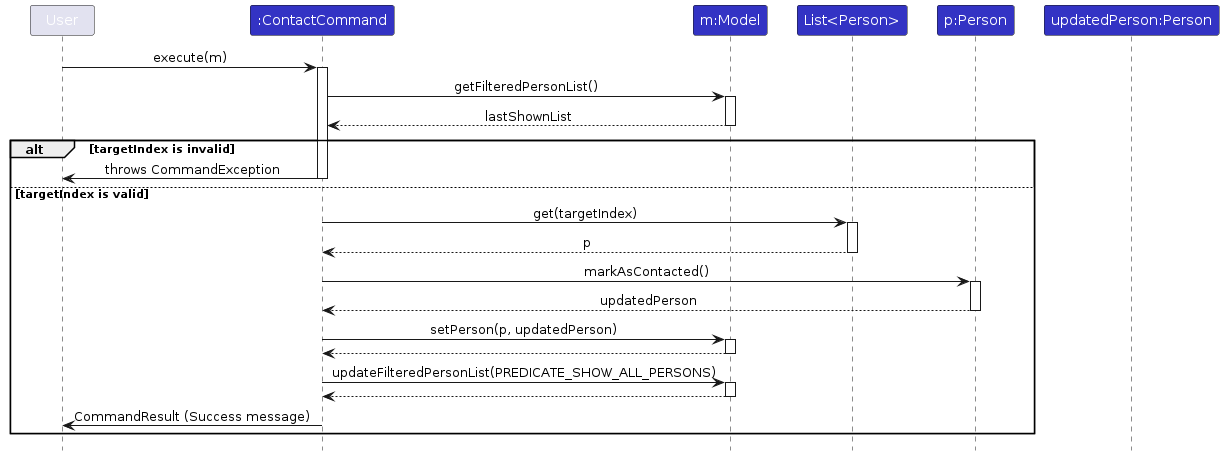
Above: diagrams/ContactCommand.png in AY2425S2-CS2103-F09-3/tp (PlantUML), before the change. Its source is kept beside it as diagrams/ContactCommand.puml. The source it was exported from:
```plantuml
@startuml
!include style.puml
skinparam ArrowFontStyle plain

participant "User" as User
participant ":ContactCommand" as ContactCommand LOGIC_COLOR
participant "m:Model" as Model LOGIC_COLOR
participant "List<Person>" as PersonList LOGIC_COLOR
participant "p:Person" as Person LOGIC_COLOR
participant "updatedPerson:Person" as UpdatedPerson LOGIC_COLOR

User -> ContactCommand: execute(m)
activate ContactCommand

ContactCommand -> Model: getFilteredPersonList()
activate Model
Model --> ContactCommand: lastShownList
deactivate Model

alt targetIndex is invalid
    ContactCommand -> User: throws CommandException
    deactivate ContactCommand
else targetIndex is valid
    ContactCommand -> PersonList: get(targetIndex)
    activate PersonList
    PersonList --> ContactCommand: p
    deactivate PersonList

    ContactCommand -> Person: markAsContacted()
    activate Person
    Person --> ContactCommand: updatedPerson
    deactivate Person

    ContactCommand -> Model: setPerson(p, updatedPerson)
    activate Model
    Model --> ContactCommand
    deactivate Model

    ContactCommand -> Model: updateFilteredPersonList(PREDICATE_SHOW_ALL_PERSONS)
    activate Model
    Model --> ContactCommand
    deactivate Model

    ContactCommand -> User: CommandResult (Success message)
    deactivate ContactCommand
end
@enduml
```
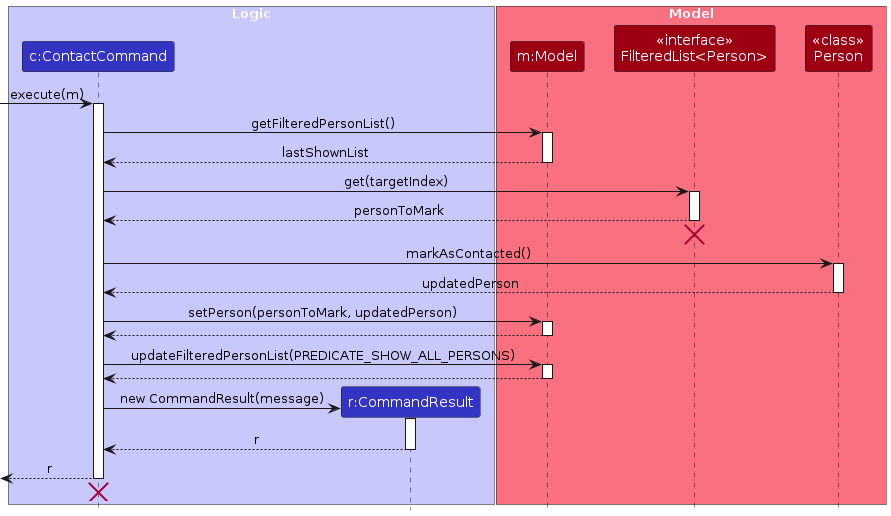
The same diagram one commit later.

What changed in the source:
```diff
@@ -2,46 +2,56 @@
 !include style.puml
 skinparam ArrowFontStyle plain
 
-participant "User" as User
-participant ":ContactCommand" as ContactCommand LOGIC_COLOR
-participant "m:Model" as Model LOGIC_COLOR
-participant "List<Person>" as PersonList LOGIC_COLOR
-participant "p:Person" as Person LOGIC_COLOR
-participant "updatedPerson:Person" as UpdatedPerson LOGIC_COLOR
+box "Logic" LOGIC_COLOR_T1
+participant "c:ContactCommand" as ContactCommand LOGIC_COLOR
+participant "r:CommandResult" as CommandResult LOGIC_COLOR
+end box
 
-User -> ContactCommand: execute(m)
+box "Model" MODEL_COLOR_T1
+participant "m:Model" as Model MODEL_COLOR
+participant "<<interface>>\nFilteredList<Person>" as FilteredList MODEL_COLOR
+participant "<<class>>\nPerson" as Person MODEL_COLOR
+end box
+
+[-> ContactCommand : execute(m)
 activate ContactCommand
 
-ContactCommand -> Model: getFilteredPersonList()
+ContactCommand -> Model : getFilteredPersonList()
 activate Model
-Model --> ContactCommand: lastShownList
+Model --> ContactCommand : lastShownList
 deactivate Model
 
-alt targetIndex is invalid
-    ContactCommand -> User: throws CommandException
-    deactivate ContactCommand
-else targetIndex is valid
-    ContactCommand -> PersonList: get(targetIndex)
-    activate PersonList
-    PersonList --> ContactCommand: p
-    deactivate PersonList
+ContactCommand -> FilteredList : get(targetIndex)
+activate FilteredList
+FilteredList --> ContactCommand : personToMark
+deactivate FilteredList
+ContactCommand -[hidden]->
+destroy FilteredList
 
-    ContactCommand -> Person: markAsContacted()
-    activate Person
-    Person --> ContactCommand: updatedPerson
-    deactivate Person
+ContactCommand -> Person : markAsContacted()
+activate Person
+Person --> ContactCommand : updatedPerson
+deactivate Person
 
-    ContactCommand -> Model: setPerson(p, updatedPerson)
-    activate Model
-    Model --> ContactCommand
-    deactivate Model
+ContactCommand -> Model : setPerson(personToMark, updatedPerson)
+activate Model
+Model --> ContactCommand
+deactivate Model
 
-    ContactCommand -> Model: updateFilteredPersonList(PREDICATE_SHOW_ALL_PERSONS)
-    activate Model
-    Model --> ContactCommand
-    deactivate Model
+ContactCommand -> Model : updateFilteredPersonList(PREDICATE_SHOW_ALL_PERSONS)
+activate Model
+Model --> ContactCommand
+deactivate Model
 
-    ContactCommand -> User: CommandResult (Success message)
-    deactivate ContactCommand
-end
+create CommandResult
+ContactCommand -> CommandResult : new CommandResult(message)
+activate CommandResult
+CommandResult --> ContactCommand : r
+deactivate CommandResult
+
+[<-- ContactCommand : r
+deactivate ContactCommand
+ContactCommand -[hidden]->
+destroy ContactCommand
+
 @enduml
```
